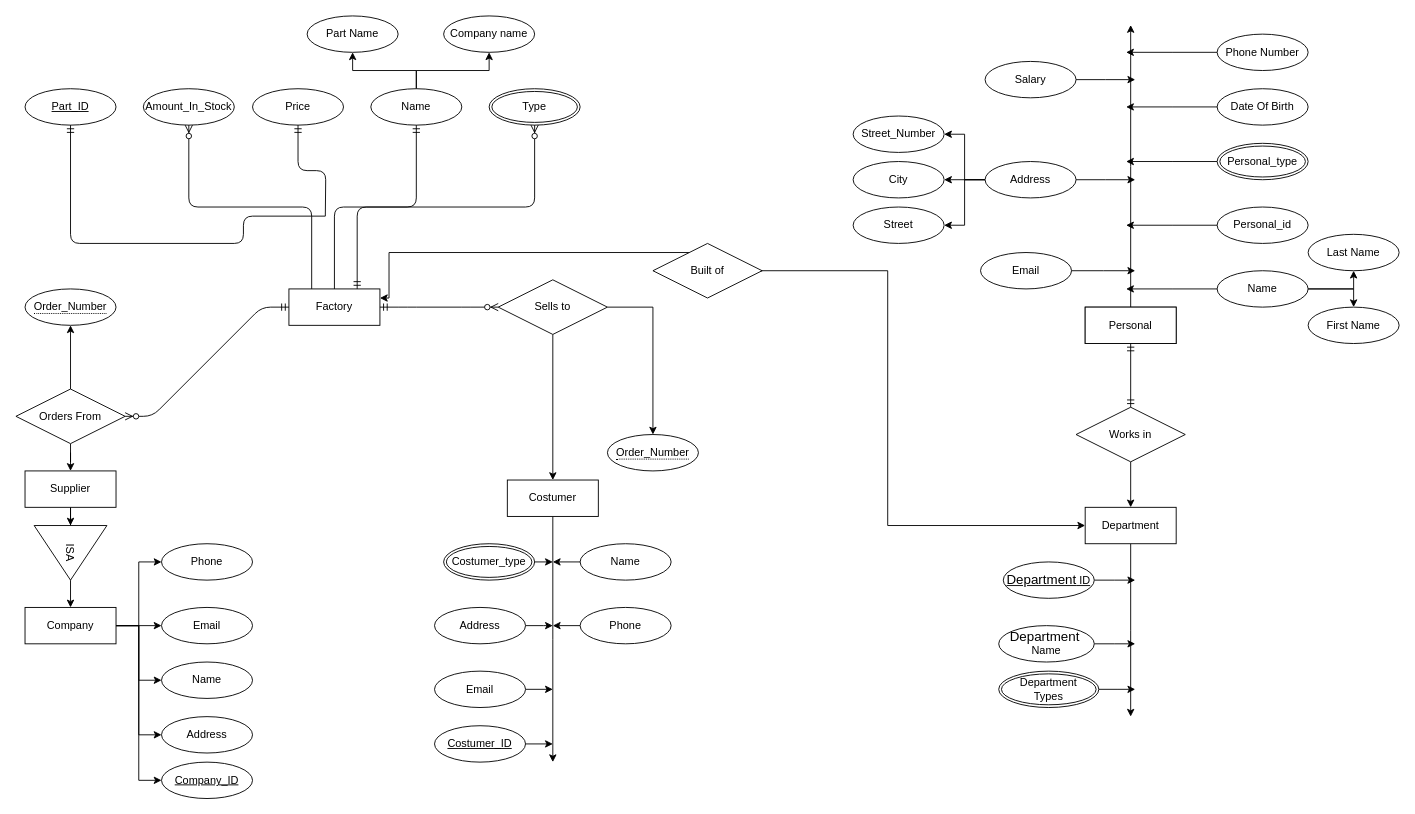
This is BikeFactoryMerged.drawio from ginzex11/ERD, a draw.io file, before an edit. Source tidied: cells renumbered, new cells numbered last; positions are measured from the earlier drawing's top-left corner, leaving out a move shared by most shapes. Both pictures are drawn from the tidied source at 91%, with x=0, y=0 at pixel (15, 15).
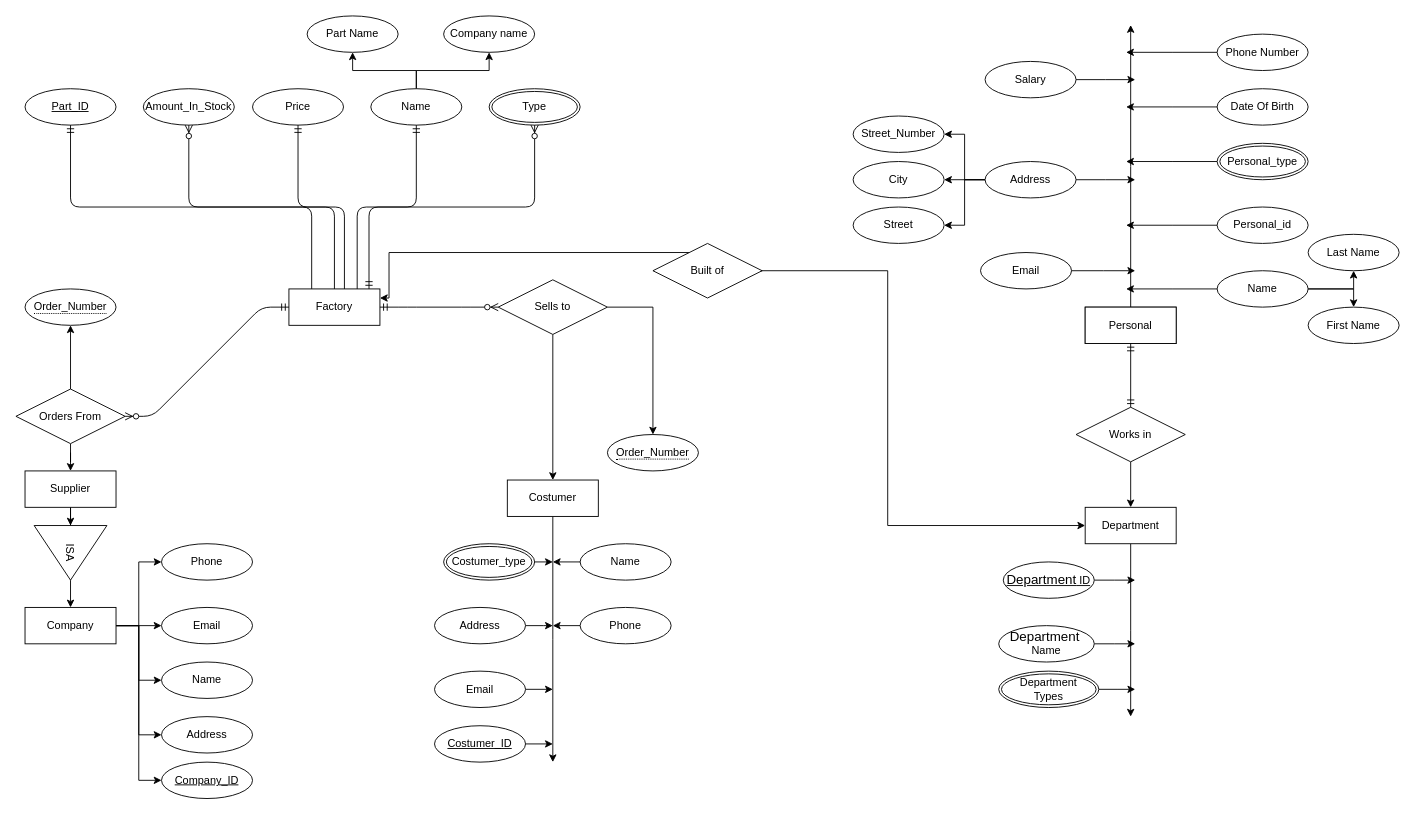
Above is the later version.

The change refers to these unchanged cells:
```xml
<mxCell id="6" value="&lt;div&gt;Factory&lt;/div&gt;" style="whiteSpace=wrap;html=1;align=center;" parent="1" vertex="1">
  <mxGeometry x="300" y="300" width="100" height="40" as="geometry" />
</mxCell>
<mxCell id="8" value="Price" style="ellipse;whiteSpace=wrap;html=1;align=center;" parent="1" vertex="1">
  <mxGeometry x="260" y="80" width="100" height="40" as="geometry" />
</mxCell>
<mxCell id="9" value="&lt;u&gt;Part_ID&lt;/u&gt;" style="ellipse;whiteSpace=wrap;html=1;align=center;" parent="1" vertex="1">
  <mxGeometry x="10" y="80" width="100" height="40" as="geometry" />
</mxCell>
<mxCell id="12" value="Name" style="ellipse;whiteSpace=wrap;html=1;align=center;" parent="1" vertex="1">
  <mxGeometry x="390" y="80" width="100" height="40" as="geometry" />
</mxCell>
<mxCell id="15" value="Amount_In_Stock" style="ellipse;whiteSpace=wrap;html=1;align=center;" parent="1" vertex="1">
  <mxGeometry x="140" y="80" width="100" height="40" as="geometry" />
</mxCell>
<mxCell id="40" value="Type" style="ellipse;shape=doubleEllipse;margin=3;whiteSpace=wrap;html=1;align=center;rounded=0;" parent="1" vertex="1">
  <mxGeometry x="520" y="80" width="100" height="40" as="geometry" />
</mxCell>
```

What changed in the source:
```diff
@@
-    <mxCell id="50" style="edgeStyle=orthogonalEdgeStyle;fontSize=12;html=1;endArrow=ERmandOne;entryX=0.5;entryY=1;entryDx=0;entryDy=0;exitX=0.5;exitY=0;exitDx=0;exitDy=0;" parent="1" edge="1" target="8">
-      <mxGeometry relative="1" as="geometry">
-        <mxPoint x="340" y="220" as="sourcePoint" />
-      </mxGeometry>
+    <mxCell id="50" style="fontSize=12;html=1;endArrow=ERmandOne;entryX=0.5;entryY=1;entryDx=0;entryDy=0;exitX=0.61;exitY=0;exitDx=0;exitDy=0;exitPerimeter=0;edgeStyle=elbowEdgeStyle;elbow=vertical;" parent="1" edge="1" source="6" target="8">
+      <mxGeometry relative="1" as="geometry" />
     </mxCell>
-    <mxCell id="51" style="edgeStyle=orthogonalEdgeStyle;fontSize=12;html=1;endArrow=ERmandOne;exitX=0.5;exitY=0;exitDx=0;exitDy=0;entryX=0.5;entryY=1;entryDx=0;entryDy=0;" parent="1" edge="1" source="6" target="12">
+    <mxCell id="51" style="fontSize=12;html=1;endArrow=ERmandOne;entryX=0.5;entryY=1;entryDx=0;entryDy=0;exitX=0.75;exitY=0;exitDx=0;exitDy=0;edgeStyle=elbowEdgeStyle;elbow=vertical;" parent="1" edge="1" source="6" target="12">
       <mxGeometry relative="1" as="geometry" />
     </mxCell>
-    <mxCell id="52" style="edgeStyle=orthogonalEdgeStyle;fontSize=12;html=1;endArrow=ERzeroToMany;endFill=1;entryX=0.5;entryY=1;entryDx=0;entryDy=0;exitX=0.25;exitY=0;exitDx=0;exitDy=0;" parent="1" edge="1" source="6" target="15">
+    <mxCell id="52" style="fontSize=12;html=1;endArrow=ERzeroToMany;endFill=1;entryX=0.5;entryY=1;entryDx=0;entryDy=0;exitX=0.5;exitY=0;exitDx=0;exitDy=0;edgeStyle=elbowEdgeStyle;elbow=vertical;" parent="1" edge="1" source="6" target="15">
       <mxGeometry relative="1" as="geometry" />
     </mxCell>
-    <mxCell id="53" style="edgeStyle=orthogonalEdgeStyle;fontSize=12;html=1;endArrow=ERmandOne;entryX=0.5;entryY=1;entryDx=0;entryDy=0;exitX=0.5;exitY=0;exitDx=0;exitDy=0;" parent="1" edge="1" target="9">
-      <mxGeometry relative="1" as="geometry">
-        <mxPoint x="340" y="220" as="sourcePoint" />
-        <Array as="points">
-          <mxPoint x="250" y="220" />
-          <mxPoint x="250" y="250" />
-          <mxPoint x="60" y="250" />
-        </Array>
-      </mxGeometry>
+    <mxCell id="53" style="fontSize=12;html=1;endArrow=ERmandOne;entryX=0.5;entryY=1;entryDx=0;entryDy=0;exitX=0.25;exitY=0;exitDx=0;exitDy=0;edgeStyle=elbowEdgeStyle;elbow=vertical;" parent="1" edge="1" source="6" target="9">
+      <mxGeometry relative="1" as="geometry" />
     </mxCell>
-    <mxCell id="54" style="edgeStyle=orthogonalEdgeStyle;fontSize=12;html=1;endArrow=ERzeroToMany;startArrow=ERmandOne;entryX=0.5;entryY=1;entryDx=0;entryDy=0;exitX=0.75;exitY=0;exitDx=0;exitDy=0;" parent="1" edge="1" source="6" target="40">
-      <mxGeometry relative="1" as="geometry" />
+    <mxCell id="54" style="fontSize=12;html=1;endArrow=ERzeroToMany;startArrow=ERmandOne;entryX=0.5;entryY=1;entryDx=0;entryDy=0;edgeStyle=elbowEdgeStyle;elbow=vertical;" parent="1" edge="1" target="40">
+      <mxGeometry relative="1" as="geometry">
+        <mxPoint x="388" y="300" as="sourcePoint" />
+      </mxGeometry>
     </mxCell>
```
